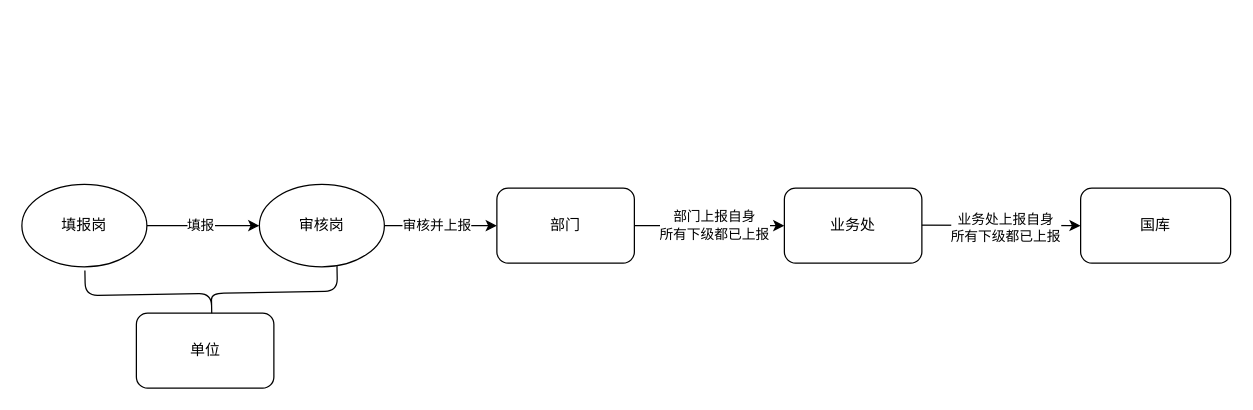
Above: 两岗审核上报.drawio in 1148118271/images (draw.io), before the change. Source tidied: cells renumbered, new cells numbered last; positions are measured from the earlier drawing's top-left corner, leaving out a move shared by most shapes. Both pictures are drawn from the tidied source at 125%, with x=0, y=0 at pixel (21, 166).
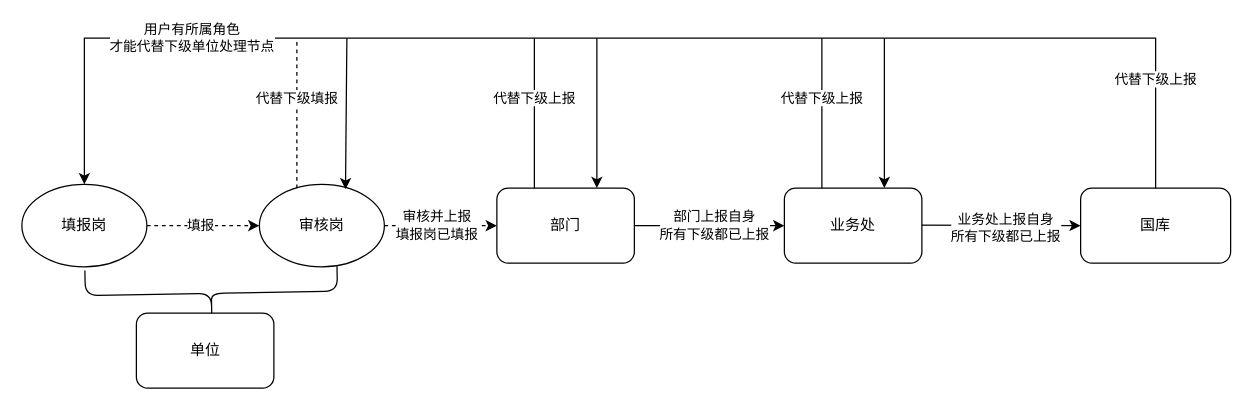
After the change.

Commit message (it also covers changes not shown here):
更新两岗审核上报.drawio

Unchanged cells that the change refers to:
```xml
<mxCell id="4" value="部门" style="rounded=1;whiteSpace=wrap;html=1;" parent="1" vertex="1">
  <mxGeometry x="380" y="17" width="110" height="60" as="geometry" />
</mxCell>
<mxCell id="8" value="国库" style="rounded=1;whiteSpace=wrap;html=1;" parent="1" vertex="1">
  <mxGeometry x="847" y="17" width="120" height="60" as="geometry" />
</mxCell>
<mxCell id="11" value="审核岗" style="ellipse;whiteSpace=wrap;html=1;" parent="1" vertex="1">
  <mxGeometry x="190" y="14" width="100" height="66" as="geometry" />
</mxCell>
<mxCell id="14" value="填报岗" style="ellipse;whiteSpace=wrap;html=1;" parent="1" vertex="1">
  <mxGeometry y="14" width="100" height="66" as="geometry" />
</mxCell>
```

Diff of the diagram source:
```diff
@@
-    <mxCell id="9" style="endArrow=classic;html=1;rounded=0;exitX=1;exitY=0.5;exitDx=0;exitDy=0;entryX=0;entryY=0.5;entryDx=0;entryDy=0;" parent="1" edge="1" source="11" target="4">
+    <mxCell id="9" style="endArrow=classic;html=1;rounded=0;exitX=1;exitY=0.5;exitDx=0;exitDy=0;entryX=0;entryY=0.5;entryDx=0;entryDy=0;dashed=1;" parent="1" edge="1" source="11" target="4">
       <mxGeometry relative="1" as="geometry" />
     </mxCell>
-    <mxCell id="10" value="审核并上报" style="edgeLabel;html=1;align=center;verticalAlign=middle;" parent="9" vertex="1">
+    <mxCell id="10" value="审核并上报&lt;div&gt;填报岗已填报&lt;/div&gt;" style="edgeLabel;html=1;align=center;verticalAlign=middle;" parent="9" vertex="1">
       <mxGeometry x="-0.08" y="1" relative="1" as="geometry" />
     </mxCell>
@@
-    <mxCell id="12" style="edgeStyle=orthogonalEdgeStyle;rounded=0;jettySize=auto;html=1;" parent="1" edge="1" source="14" target="11">
+    <mxCell id="12" style="edgeStyle=orthogonalEdgeStyle;rounded=0;jettySize=auto;html=1;dashed=1;" parent="1" edge="1" source="14" target="11">
       <mxGeometry relative="1" as="geometry" />
     </mxCell>
@@
+    <mxCell id="17" style="endArrow=classic;html=1;rounded=0;exitX=0.5;exitY=0;exitDx=0;exitDy=0;entryX=0.5;entryY=0;entryDx=0;entryDy=0;" parent="1" edge="1" source="8" target="14">
+      <mxGeometry relative="1" as="geometry">
+        <Array as="points">
+          <mxPoint x="907" y="-103" />
+          <mxPoint x="50" y="-103" />
+        </Array>
+      </mxGeometry>
+    </mxCell>
+    <mxCell id="18" value="代替下级上报" style="edgeLabel;html=1;align=center;verticalAlign=middle;" parent="17" vertex="1">
+      <mxGeometry x="-0.84" y="1" relative="1" as="geometry" />
+    </mxCell>
+    <mxCell id="19" value="用户有所属角色&lt;div&gt;才能代替下级单位处理节点&lt;/div&gt;" style="edgeLabel;html=1;align=center;verticalAlign=middle;" parent="17" vertex="1">
+      <mxGeometry x="0.63" y="-1" relative="1" as="geometry" />
+    </mxCell>
+    <mxCell id="20" style="endArrow=classic;html=1;rounded=0;entryX=0.689;entryY=0.059;entryDx=0;entryDy=0;entryPerimeter=0;" parent="1" edge="1" target="11">
+      <mxGeometry relative="1" as="geometry">
+        <mxPoint x="260" y="-103" as="sourcePoint" />
+      </mxGeometry>
+    </mxCell>
+    <mxCell id="21" style="endArrow=classic;html=1;rounded=0;" parent="1" edge="1">
+      <mxGeometry relative="1" as="geometry">
+        <mxPoint x="460" y="-103" as="sourcePoint" />
+        <mxPoint x="460" y="17" as="targetPoint" />
+      </mxGeometry>
+    </mxCell>
+    <mxCell id="22" style="endArrow=classic;html=1;rounded=0;entryX=0.5;entryY=0;entryDx=0;entryDy=0;" parent="1" edge="1">
+      <mxGeometry relative="1" as="geometry">
+        <mxPoint x="690" y="-103" as="sourcePoint" />
+        <mxPoint x="690" y="17" as="targetPoint" />
+      </mxGeometry>
+    </mxCell>
+    <mxCell id="23" style="endArrow=none;html=1;rounded=0;" parent="1" edge="1">
+      <mxGeometry relative="1" as="geometry">
+        <mxPoint x="640" y="17" as="sourcePoint" />
+        <mxPoint x="640" y="-103" as="targetPoint" />
+      </mxGeometry>
+    </mxCell>
+    <mxCell id="24" value="代替下级上报" style="edgeLabel;html=1;align=center;verticalAlign=middle;" parent="23" vertex="1">
+      <mxGeometry x="0.21" y="1" relative="1" as="geometry" />
+    </mxCell>
+    <mxCell id="25" style="endArrow=none;html=1;rounded=0;dashed=1;" parent="1" edge="1">
+      <mxGeometry relative="1" as="geometry">
+        <mxPoint x="220" y="17" as="sourcePoint" />
+        <mxPoint x="220" y="-103" as="targetPoint" />
+      </mxGeometry>
+    </mxCell>
+    <mxCell id="26" value="代替下级填报" style="edgeLabel;html=1;align=center;verticalAlign=middle;" parent="25" vertex="1">
+      <mxGeometry x="0.21" y="1" relative="1" as="geometry" />
+    </mxCell>
+    <mxCell id="27" style="endArrow=none;html=1;rounded=0;" parent="1" edge="1">
+      <mxGeometry relative="1" as="geometry">
+        <mxPoint x="410" y="17" as="sourcePoint" />
+        <mxPoint x="410" y="-103" as="targetPoint" />
+      </mxGeometry>
+    </mxCell>
+    <mxCell id="28" value="代替下级上报" style="edgeLabel;html=1;align=center;verticalAlign=middle;" parent="27" vertex="1">
+      <mxGeometry x="0.21" y="1" relative="1" as="geometry" />
+    </mxCell>
```
